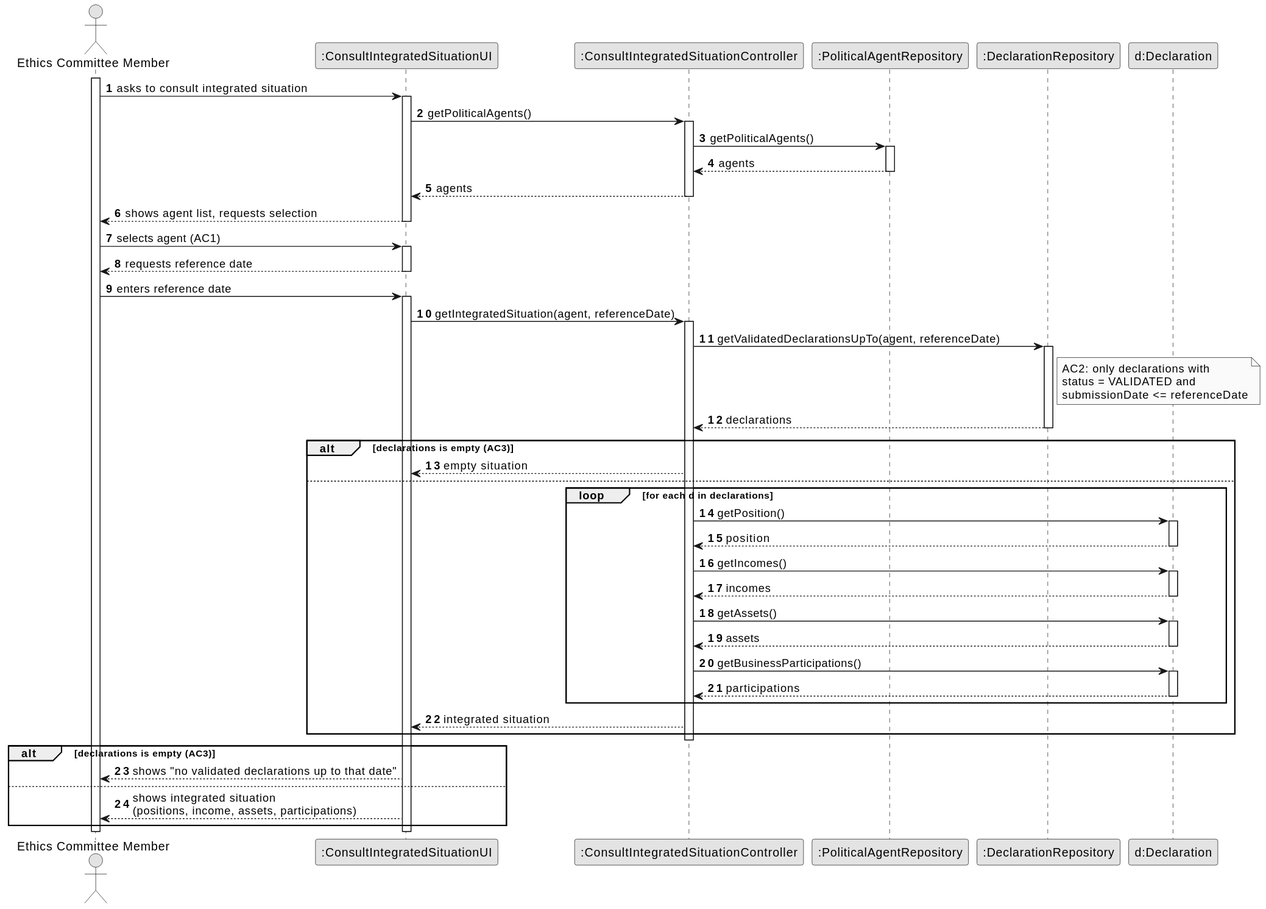
The PlantUML diagram docs/system-documentation/US09/03.design/svg/US09-SD-full.svg in brunodspinto/crystal-clear-platform, before a commit.
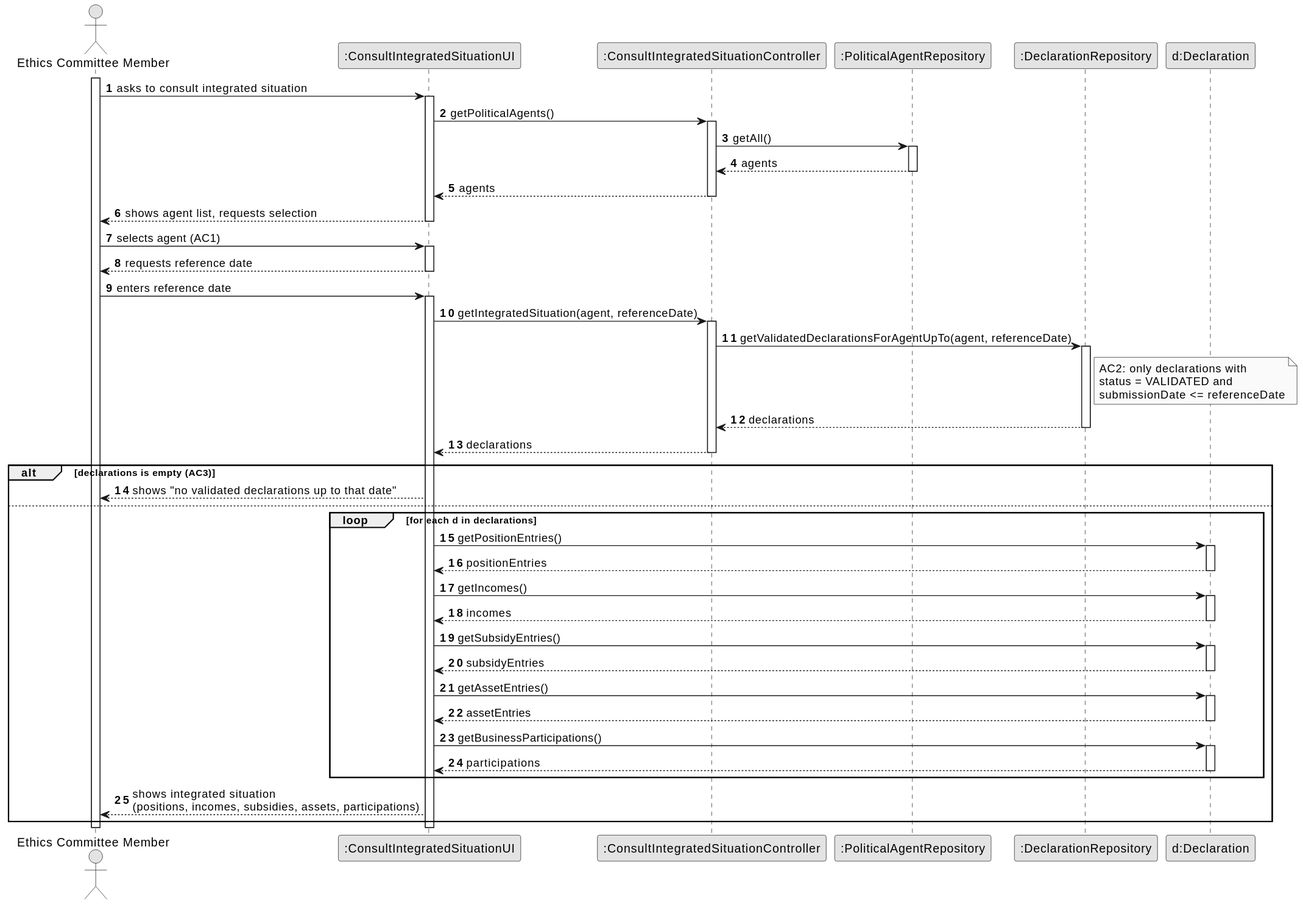
After the change.

What changed in the source:
```diff
@@ -20,7 +20,7 @@
         UI -> CTRL : getPoliticalAgents()
         activate CTRL
 
-            CTRL -> PAR : getPoliticalAgents()
+            CTRL -> PAR : getAll()
             activate PAR
                 PAR --> CTRL : agents
             deactivate PAR
@@ -43,7 +43,7 @@
         UI -> CTRL : getIntegratedSituation(agent, referenceDate)
         activate CTRL
 
-            CTRL -> DR : getValidatedDeclarationsUpTo(agent, referenceDate)
+            CTRL -> DR : getValidatedDeclarationsForAgentUpTo(agent, referenceDate)
             activate DR
 
                 note right of DR
@@ -55,40 +55,40 @@
                 DR --> CTRL : declarations
             deactivate DR
 
-            alt declarations is empty (AC3)
-                CTRL --> UI : empty situation
-            else
-                loop for each d in declarations
-                    CTRL -> DEC : getPosition()
-                    activate DEC
-                        DEC --> CTRL : position
-                    deactivate DEC
-
-                    CTRL -> DEC : getIncomes()
-                    activate DEC
-                        DEC --> CTRL : incomes
-                    deactivate DEC
-
-                    CTRL -> DEC : getAssets()
-                    activate DEC
-                        DEC --> CTRL : assets
-                    deactivate DEC
-
-                    CTRL -> DEC : getBusinessParticipations()
-                    activate DEC
-                        DEC --> CTRL : participations
-                    deactivate DEC
-                end
-
-                CTRL --> UI : integrated situation
-            end
-
+            CTRL --> UI : declarations
         deactivate CTRL
 
         alt declarations is empty (AC3)
             UI --> ECM : shows "no validated declarations up to that date"
         else
-            UI --> ECM : shows integrated situation\n(positions, income, assets, participations)
+            loop for each d in declarations
+                UI -> DEC : getPositionEntries()
+                activate DEC
+                    DEC --> UI : positionEntries
+                deactivate DEC
+
+                UI -> DEC : getIncomes()
+                activate DEC
+                    DEC --> UI : incomes
+                deactivate DEC
+
+                UI -> DEC : getSubsidyEntries()
+                activate DEC
+                    DEC --> UI : subsidyEntries
+                deactivate DEC
+
+                UI -> DEC : getAssetEntries()
+                activate DEC
+                    DEC --> UI : assetEntries
+                deactivate DEC
+
+                UI -> DEC : getBusinessParticipations()
+                activate DEC
+                    DEC --> UI : participations
+                deactivate DEC
+            end
+
+            UI --> ECM : shows integrated situation\n(positions, incomes, subsidies, assets, participations)
         end
 
     deactivate UI
```
